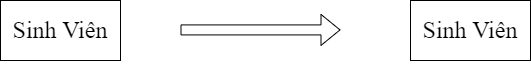
Before: Luật thứ sáu(trên xuống).png, a diagram exported from draw.io (datnham0212/learning). Source tidied: cells renumbered, new cells last; positions are measured from the earlier drawing's top-left corner, leaving out a move shared by most shapes.
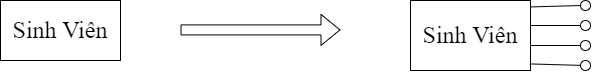
The same diagram one commit later.

The edit, as a diff of the source:
```diff
@@ -18,7 +18,40 @@
       </mxGeometry>
     </mxCell>
     <mxCell id="5" value="Sinh Viên" style="rounded=0;whiteSpace=wrap;html=1;fontFamily=Times New Roman;fontSize=24;" parent="1" vertex="1">
-      <mxGeometry x="410" width="120" height="60" as="geometry" />
+      <mxGeometry x="410" width="120" height="70" as="geometry" />
     </mxCell>
+    <mxCell id="6" style="endArrow=none;html=1;rounded=0;entryX=0;entryY=0.5;entryDx=0;entryDy=0;exitX=0.999;exitY=0.092;exitDx=0;exitDy=0;exitPerimeter=0;" parent="1" edge="1" source="5" target="7">
+      <mxGeometry relative="1" as="geometry" />
+    </mxCell>
+    <mxCell id="7" style="ellipse;whiteSpace=wrap;html=1;" parent="1" vertex="1">
+      <mxGeometry x="580" width="10" height="10" as="geometry" />
+    </mxCell>
+    <mxCell id="8" style="endArrow=none;html=1;rounded=0;startArrow=none;" parent="1" edge="1" source="12">
+      <mxGeometry relative="1" as="geometry">
+        <mxPoint x="590" y="45" as="targetPoint" />
+      </mxGeometry>
+    </mxCell>
+    <mxCell id="9" style="endArrow=none;html=1;rounded=0;" parent="1" edge="1" target="10">
+      <mxGeometry relative="1" as="geometry">
+        <mxPoint x="530" y="25" as="sourcePoint" />
+      </mxGeometry>
+    </mxCell>
+    <mxCell id="10" style="ellipse;whiteSpace=wrap;html=1;" parent="1" vertex="1">
+      <mxGeometry x="580" y="20" width="10" height="10" as="geometry" />
+    </mxCell>
+    <mxCell id="11" style="endArrow=none;html=1;rounded=0;" parent="1" edge="1" target="12">
+      <mxGeometry relative="1" as="geometry">
+        <mxPoint x="530" y="45" as="sourcePoint" />
+      </mxGeometry>
+    </mxCell>
+    <mxCell id="12" style="ellipse;whiteSpace=wrap;html=1;" parent="1" vertex="1">
+      <mxGeometry x="580" y="40" width="10" height="10" as="geometry" />
+    </mxCell>
+    <mxCell id="13" style="endArrow=none;html=1;rounded=0;exitX=0.994;exitY=0.906;exitDx=0;exitDy=0;exitPerimeter=0;" parent="1" edge="1" source="5" target="14">
+      <mxGeometry relative="1" as="geometry" />
+    </mxCell>
+    <mxCell id="14" style="ellipse;whiteSpace=wrap;html=1;" parent="1" vertex="1">
+      <mxGeometry x="580" y="60" width="10" height="10" as="geometry" />
+    </mxCell>
   </root>
 </mxGraphModel>
```
